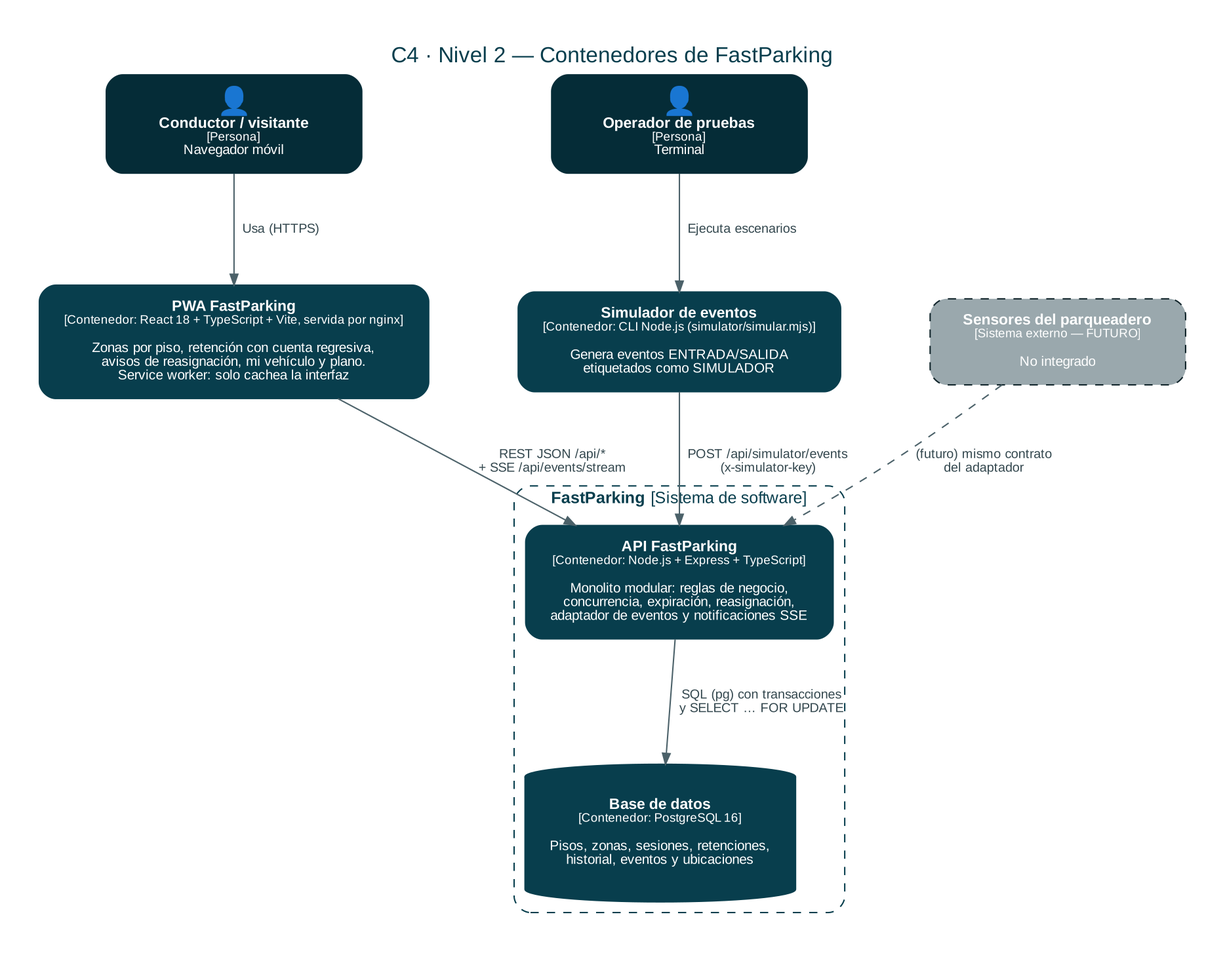
N4SL7/fastparking keeps this Graphviz diagram as docs/diagramas/c4-nivel2-contenedores.png. Above is the earlier version. Its source is kept beside it as docs/diagramas/fuentes/c4-nivel2-contenedores.dot. Source of this version:
```dot
digraph C4_2 { graph [fontname="Segoe UI,Arial,Helvetica,sans-serif", pad=0.4, nodesep=0.9, ranksep=1.0, bgcolor="white", labelloc=t, fontsize=16, fontcolor="#083E4D"];
node [fontname="Segoe UI,Arial,Helvetica,sans-serif", fontsize=11, margin="0.25,0.15", width=2.6];
edge [fontname="Segoe UI,Arial,Helvetica,sans-serif", fontsize=9.5, color="#4b6169", fontcolor="#33474e", arrowsize=0.8];
graph [label="C4 · Nivel 2 — Contenedores de FastParking", compound=true];
conductor [shape=box, style="rounded,filled", fillcolor="#052c37", color="#052c37", fontcolor="white", label=<<FONT POINT-SIZE="20">👤</FONT><BR/><B>Conductor / visitante</B><BR/><FONT POINT-SIZE="9">[Persona]</FONT><BR/><FONT POINT-SIZE="10">Navegador móvil</FONT>>];
operador [shape=box, style="rounded,filled", fillcolor="#052c37", color="#052c37", fontcolor="white", label=<<FONT POINT-SIZE="20">👤</FONT><BR/><B>Operador de pruebas</B><BR/><FONT POINT-SIZE="9">[Persona]</FONT><BR/><FONT POINT-SIZE="10">Terminal</FONT>>];
subgraph cluster_fp { label=<<B>FastParking</B> [Sistema de software]>; style="dashed,rounded"; color="#083E4D"; fontcolor="#083E4D"; fontsize=12;
  pwa [shape=box, style="rounded,filled", fillcolor="#083E4D", color="#083E4D", label=<<B>PWA FastParking</B><BR/><FONT POINT-SIZE="9">[Contenedor: React 18 + TypeScript + Vite, servida por nginx]</FONT><BR/><BR/><FONT POINT-SIZE="10">Zonas por piso, retención con cuenta regresiva,<BR/>avisos de reasignación, mi vehículo y plano.<BR/>Service worker: solo cachea la interfaz</FONT>>, fontcolor="white"];
  api [shape=box, style="rounded,filled", fillcolor="#083E4D", color="#083E4D", label=<<B>API FastParking</B><BR/><FONT POINT-SIZE="9">[Contenedor: Node.js + Express + TypeScript]</FONT><BR/><BR/><FONT POINT-SIZE="10">Monolito modular: reglas de negocio,<BR/>concurrencia, expiración, reasignación,<BR/>adaptador de eventos y notificaciones SSE</FONT>>, fontcolor="white"];
  db [shape=cylinder, style="rounded,filled", fillcolor="#083E4D", color="#083E4D", label=<<B>Base de datos</B><BR/><FONT POINT-SIZE="9">[Contenedor: PostgreSQL 16]</FONT><BR/><BR/><FONT POINT-SIZE="10">Pisos, zonas, sesiones, retenciones,<BR/>historial, eventos y ubicaciones</FONT>>, fontcolor="white"];
  sim [shape=box, style="rounded,filled", fillcolor="#083E4D", color="#083E4D", label=<<B>Simulador de eventos</B><BR/><FONT POINT-SIZE="9">[Contenedor: CLI Node.js (simulator/simular.mjs)]</FONT><BR/><BR/><FONT POINT-SIZE="10">Genera eventos ENTRADA/SALIDA<BR/>etiquetados como SIMULADOR</FONT>>, fontcolor="white"];
}
sens [shape=box, style="rounded,filled,dashed", fillcolor="#9aa8ad", color="#10242a", label=<<B>Sensores del parqueadero</B><BR/><FONT POINT-SIZE="9">[Sistema externo — FUTURO]</FONT><BR/><BR/><FONT POINT-SIZE="10">No integrado</FONT>>, fontcolor="white"];
conductor -> pwa [label="  Usa (HTTPS)"];
operador -> sim [label="  Ejecuta escenarios"];
pwa -> api [label="  REST JSON /api/*\n  + SSE /api/events/stream"];
sim -> api [label="  POST /api/simulator/events\n  (x-simulator-key)"];
api -> db [label="  SQL (pg) con transacciones\n  y SELECT … FOR UPDATE"];
sens -> api [style=dashed, label="  (futuro) mismo contrato\n  del adaptador"];
{rank=same; conductor; operador}
{rank=same; pwa; sim}
}
```
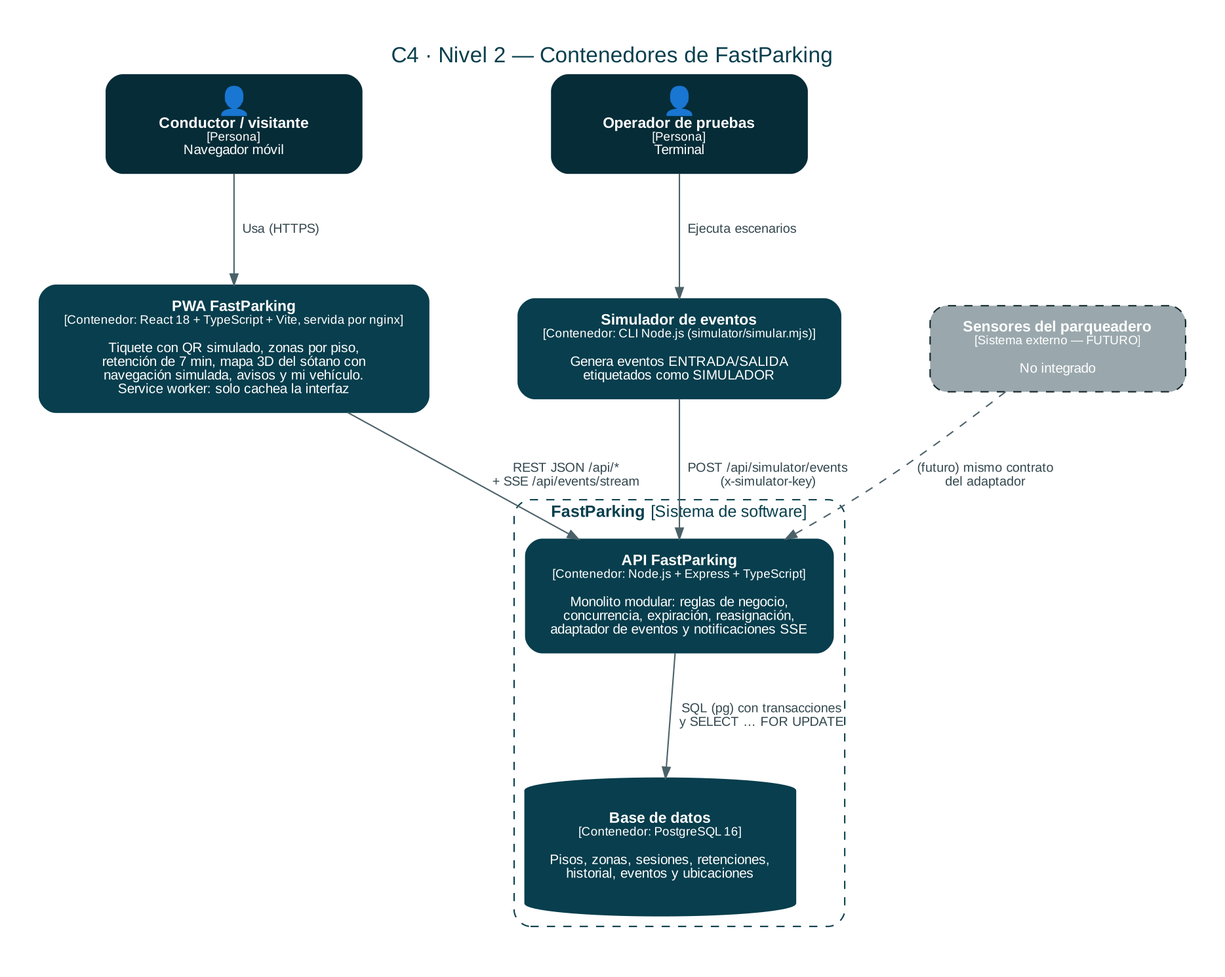
After the change.

Diff of the diagram source:
```diff
@@ -5,7 +5,7 @@
 conductor [shape=box, style="rounded,filled", fillcolor="#052c37", color="#052c37", fontcolor="white", label=<<FONT POINT-SIZE="20">👤</FONT><BR/><B>Conductor / visitante</B><BR/><FONT POINT-SIZE="9">[Persona]</FONT><BR/><FONT POINT-SIZE="10">Navegador móvil</FONT>>];
 operador [shape=box, style="rounded,filled", fillcolor="#052c37", color="#052c37", fontcolor="white", label=<<FONT POINT-SIZE="20">👤</FONT><BR/><B>Operador de pruebas</B><BR/><FONT POINT-SIZE="9">[Persona]</FONT><BR/><FONT POINT-SIZE="10">Terminal</FONT>>];
 subgraph cluster_fp { label=<<B>FastParking</B> [Sistema de software]>; style="dashed,rounded"; color="#083E4D"; fontcolor="#083E4D"; fontsize=12;
-  pwa [shape=box, style="rounded,filled", fillcolor="#083E4D", color="#083E4D", label=<<B>PWA FastParking</B><BR/><FONT POINT-SIZE="9">[Contenedor: React 18 + TypeScript + Vite, servida por nginx]</FONT><BR/><BR/><FONT POINT-SIZE="10">Zonas por piso, retención con cuenta regresiva,<BR/>avisos de reasignación, mi vehículo y plano.<BR/>Service worker: solo cachea la interfaz</FONT>>, fontcolor="white"];
+  pwa [shape=box, style="rounded,filled", fillcolor="#083E4D", color="#083E4D", label=<<B>PWA FastParking</B><BR/><FONT POINT-SIZE="9">[Contenedor: React 18 + TypeScript + Vite, servida por nginx]</FONT><BR/><BR/><FONT POINT-SIZE="10">Tiquete con QR simulado, zonas por piso,<BR/>retención de 7 min, mapa 3D del sótano con<BR/>navegación simulada, avisos y mi vehículo.<BR/>Service worker: solo cachea la interfaz</FONT>>, fontcolor="white"];
   api [shape=box, style="rounded,filled", fillcolor="#083E4D", color="#083E4D", label=<<B>API FastParking</B><BR/><FONT POINT-SIZE="9">[Contenedor: Node.js + Express + TypeScript]</FONT><BR/><BR/><FONT POINT-SIZE="10">Monolito modular: reglas de negocio,<BR/>concurrencia, expiración, reasignación,<BR/>adaptador de eventos y notificaciones SSE</FONT>>, fontcolor="white"];
   db [shape=cylinder, style="rounded,filled", fillcolor="#083E4D", color="#083E4D", label=<<B>Base de datos</B><BR/><FONT POINT-SIZE="9">[Contenedor: PostgreSQL 16]</FONT><BR/><BR/><FONT POINT-SIZE="10">Pisos, zonas, sesiones, retenciones,<BR/>historial, eventos y ubicaciones</FONT>>, fontcolor="white"];
   sim [shape=box, style="rounded,filled", fillcolor="#083E4D", color="#083E4D", label=<<B>Simulador de eventos</B><BR/><FONT POINT-SIZE="9">[Contenedor: CLI Node.js (simulator/simular.mjs)]</FONT><BR/><BR/><FONT POINT-SIZE="10">Genera eventos ENTRADA/SALIDA<BR/>etiquetados como SIMULADOR</FONT>>, fontcolor="white"];
```
